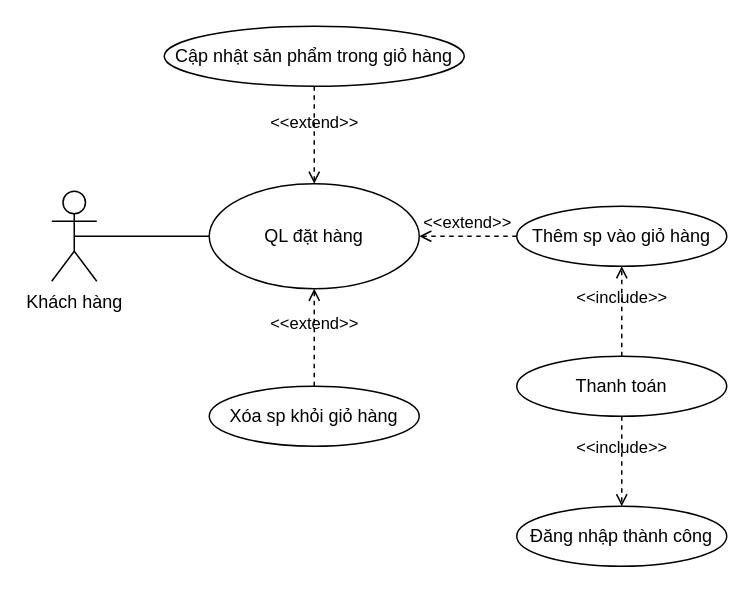
Before: UC/UC_QUANLYDATHANG.drawio in hieuNV0871/da, a draw.io diagram. Source tidied: cells renumbered, new cells numbered last; positions are measured from the earlier drawing's top-left corner, leaving out a move shared by most shapes. Both pictures are drawn from the tidied source at 150%, with x=0, y=0 at pixel (51, 26).
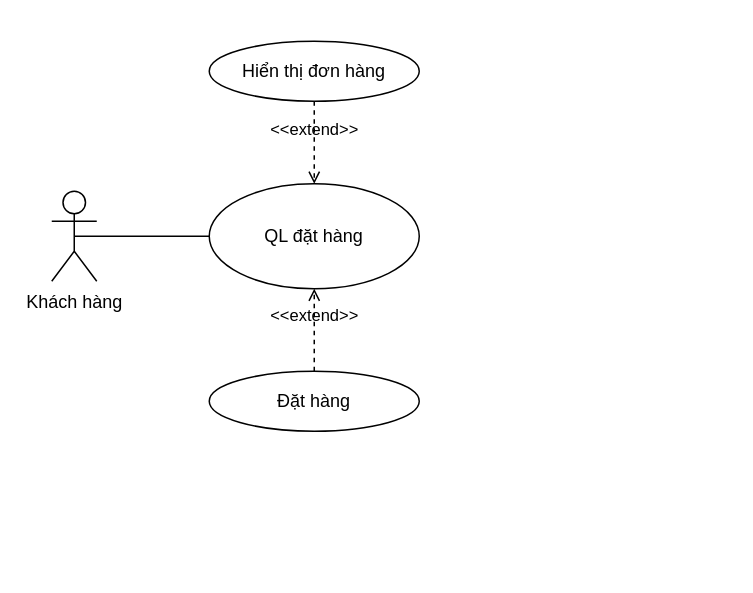
Above is the later version.

The edit, as a diff of the source:
```diff
@@
 <mxGraphModel>
   <root>
     <mxCell id="0" />
     <mxCell id="1" parent="0" />
     <mxCell id="2" value="Khách hàng" style="shape=umlActor;verticalLabelPosition=bottom;verticalAlign=top;html=1;" parent="1" vertex="1">
       <mxGeometry y="110" width="30" height="60" as="geometry" />
     </mxCell>
     <mxCell id="3" value="QL đặt hàng" style="ellipse;whiteSpace=wrap;html=1;" parent="1" vertex="1">
       <mxGeometry x="105" y="105" width="140" height="70" as="geometry" />
     </mxCell>
-    <mxCell id="4" value="Đăng nhập thành công" style="ellipse;whiteSpace=wrap;html=1;" parent="1" vertex="1">
-      <mxGeometry x="310" y="320" width="140" height="40" as="geometry" />
-    </mxCell>
-    <mxCell id="5" value="Thêm sp vào giỏ hàng" style="ellipse;whiteSpace=wrap;html=1;" parent="1" vertex="1">
-      <mxGeometry x="310" y="120" width="140" height="40" as="geometry" />
+    <mxCell id="5" value="Hiển thị đơn hàng" style="ellipse;whiteSpace=wrap;html=1;" parent="1" vertex="1">
+      <mxGeometry x="105" y="10" width="140" height="40" as="geometry" />
     </mxCell>
-    <mxCell id="6" value="&amp;lt;&amp;lt;extend&amp;gt;&amp;gt;" style="html=1;verticalAlign=bottom;labelBackgroundColor=none;endArrow=open;endFill=0;dashed=1;rounded=0;entryX=1;entryY=0.5;entryDx=0;entryDy=0;exitX=0;exitY=0.5;exitDx=0;exitDy=0;" parent="1" edge="1" source="5" target="3">
+    <mxCell id="6" value="&amp;lt;&amp;lt;extend&amp;gt;&amp;gt;" style="html=1;verticalAlign=bottom;labelBackgroundColor=none;endArrow=open;endFill=0;dashed=1;rounded=0;entryX=0.5;entryY=0;entryDx=0;entryDy=0;exitX=0.5;exitY=1;exitDx=0;exitDy=0;" parent="1" edge="1" source="5" target="3">
       <mxGeometry relative="1" as="geometry" />
     </mxCell>
-    <mxCell id="7" value="&amp;lt;&amp;lt;include&amp;gt;&amp;gt;" style="html=1;verticalAlign=bottom;labelBackgroundColor=none;endArrow=open;endFill=0;dashed=1;rounded=0;entryX=0.5;entryY=0;entryDx=0;entryDy=0;exitX=0.5;exitY=1;exitDx=0;exitDy=0;" parent="1" edge="1" source="12" target="4">
-      <mxGeometry relative="1" as="geometry" />
-    </mxCell>
     <mxCell id="8" style="endArrow=none;html=1;rounded=0;exitX=0.5;exitY=0.5;exitDx=0;exitDy=0;exitPerimeter=0;entryX=0;entryY=0.5;entryDx=0;entryDy=0;" parent="1" edge="1" source="2" target="3">
       <mxGeometry relative="1" as="geometry" />
     </mxCell>
-    <mxCell id="9" value="Xóa sp khỏi giỏ hàng" style="ellipse;whiteSpace=wrap;html=1;" parent="1" vertex="1">
-      <mxGeometry x="105" y="240" width="140" height="40" as="geometry" />
-    </mxCell>
-    <mxCell id="10" value="&amp;lt;&amp;lt;extend&amp;gt;&amp;gt;" style="html=1;verticalAlign=bottom;labelBackgroundColor=none;endArrow=open;endFill=0;dashed=1;rounded=0;entryX=0.5;entryY=1;entryDx=0;entryDy=0;exitX=0.5;exitY=0;exitDx=0;exitDy=0;" parent="1" edge="1" source="9" target="3">
+    <mxCell id="10" value="&amp;lt;&amp;lt;extend&amp;gt;&amp;gt;" style="html=1;verticalAlign=bottom;labelBackgroundColor=none;endArrow=open;endFill=0;dashed=1;rounded=0;entryX=0.5;entryY=1;entryDx=0;entryDy=0;exitX=0.5;exitY=0;exitDx=0;exitDy=0;" parent="1" edge="1" source="15" target="3">
       <mxGeometry relative="1" as="geometry" />
     </mxCell>
-    <mxCell id="11" value="Cập nhật sản phẩm trong giỏ hàng" style="ellipse;whiteSpace=wrap;html=1;" parent="1" vertex="1">
-      <mxGeometry x="75" width="200" height="40" as="geometry" />
-    </mxCell>
-    <mxCell id="12" value="Thanh toán" style="ellipse;whiteSpace=wrap;html=1;" parent="1" vertex="1">
-      <mxGeometry x="310" y="220" width="140" height="40" as="geometry" />
-    </mxCell>
-    <mxCell id="13" value="&amp;lt;&amp;lt;include&amp;gt;&amp;gt;" style="html=1;verticalAlign=bottom;labelBackgroundColor=none;endArrow=open;endFill=0;dashed=1;rounded=0;entryX=0.5;entryY=1;entryDx=0;entryDy=0;exitX=0.5;exitY=0;exitDx=0;exitDy=0;" parent="1" edge="1" source="12" target="5">
-      <mxGeometry relative="1" as="geometry" />
-    </mxCell>
-    <mxCell id="14" value="&amp;lt;&amp;lt;extend&amp;gt;&amp;gt;" style="html=1;verticalAlign=bottom;labelBackgroundColor=none;endArrow=open;endFill=0;dashed=1;rounded=0;entryX=0.5;entryY=0;entryDx=0;entryDy=0;exitX=0.5;exitY=1;exitDx=0;exitDy=0;" parent="1" edge="1" source="11" target="3">
-      <mxGeometry relative="1" as="geometry" />
-    </mxCell>
+    <mxCell id="15" value="Đặt hàng" style="ellipse;whiteSpace=wrap;html=1;" parent="1" vertex="1">
+      <mxGeometry x="105" y="230" width="140" height="40" as="geometry" />
+    </mxCell>
   </root>
 </mxGraphModel>
```
